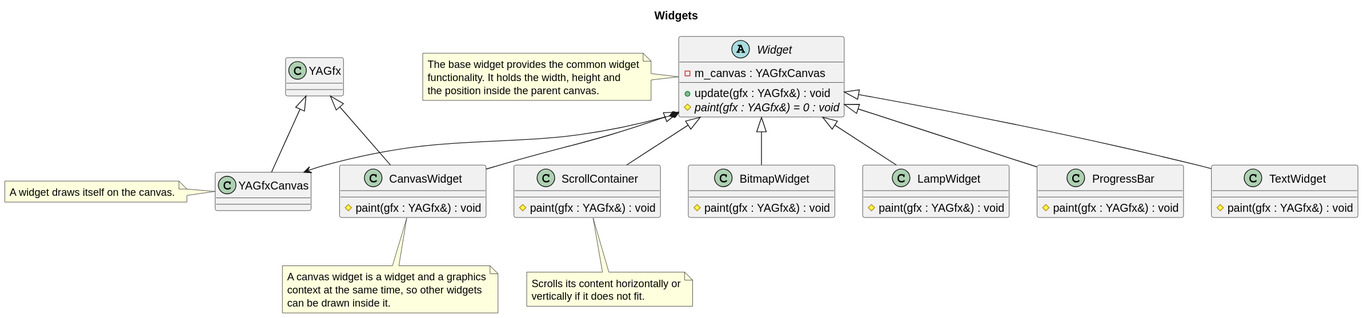
Before: doc/architecture/svg/widgets.svg, a diagram exported from PlantUML (BlueAndi/Pixelix). Its diagram source:
```plantuml
@startuml
title Widgets

class YAGfx
class YAGfxCanvas

note left of YAGfxCanvas
    A widget draws itself on the canvas.
end note

abstract class Widget {
    - m_canvas : YAGfxCanvas
    + update(gfx : YAGfx&) : void
    # {abstract} paint(gfx : YAGfx&) = 0 : void
}

note left of Widget
    The base widget provides the common widget
    functionality. It holds the width, height and
    the position inside the parent canvas.
end note

YAGfx <|-- YAGfxCanvas
Widget *--> YAGfxCanvas

class BitmapWidget {
    # paint(gfx : YAGfx&) : void
}

class CanvasWidget {
    # paint(gfx : YAGfx&) : void
}

class LampWidget {
    # paint(gfx : YAGfx&) : void
}

class ProgressBar {
    # paint(gfx : YAGfx&) : void
}

class TextWidget {
    # paint(gfx : YAGfx&) : void
}

class ScrollContainer {
    # paint(gfx : YAGfx&) : void
}

Widget <|-- BitmapWidget
Widget <|-- CanvasWidget
Widget <|-- LampWidget
Widget <|-- ProgressBar
Widget <|-- TextWidget
Widget <|-- ScrollContainer

YAGfx <|-- CanvasWidget

note bottom of CanvasWidget
    A canvas widget is a widget and a graphics
    context at the same time, so other widgets
    can be drawn inside it.
end note

note bottom of ScrollContainer
    Scrolls its content horizontally or
    vertically if it does not fit.
end note
@enduml
```
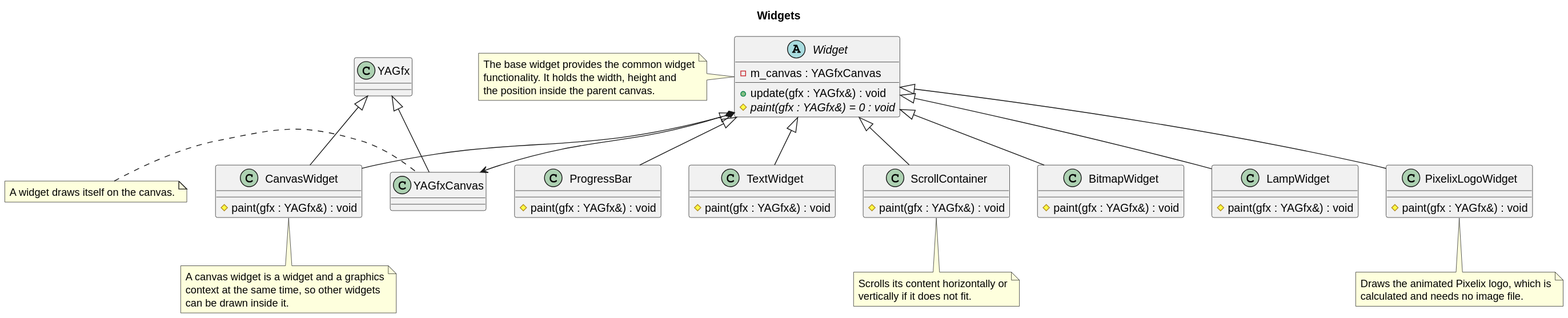
Above is the later version.

Commit message:
Animated Pixelix logo drawn by the graphics primitives

Change to the diagram source:
```diff
@@ -35,6 +35,10 @@
     # paint(gfx : YAGfx&) : void
 }
 
+class PixelixLogoWidget {
+    # paint(gfx : YAGfx&) : void
+}
+
 class ProgressBar {
     # paint(gfx : YAGfx&) : void
 }
@@ -50,11 +54,17 @@
 Widget <|-- BitmapWidget
 Widget <|-- CanvasWidget
 Widget <|-- LampWidget
+Widget <|-- PixelixLogoWidget
 Widget <|-- ProgressBar
 Widget <|-- TextWidget
 Widget <|-- ScrollContainer
 
 YAGfx <|-- CanvasWidget
+
+note bottom of PixelixLogoWidget
+    Draws the animated Pixelix logo, which is
+    calculated and needs no image file.
+end note
 
 note bottom of CanvasWidget
     A canvas widget is a widget and a graphics
```
